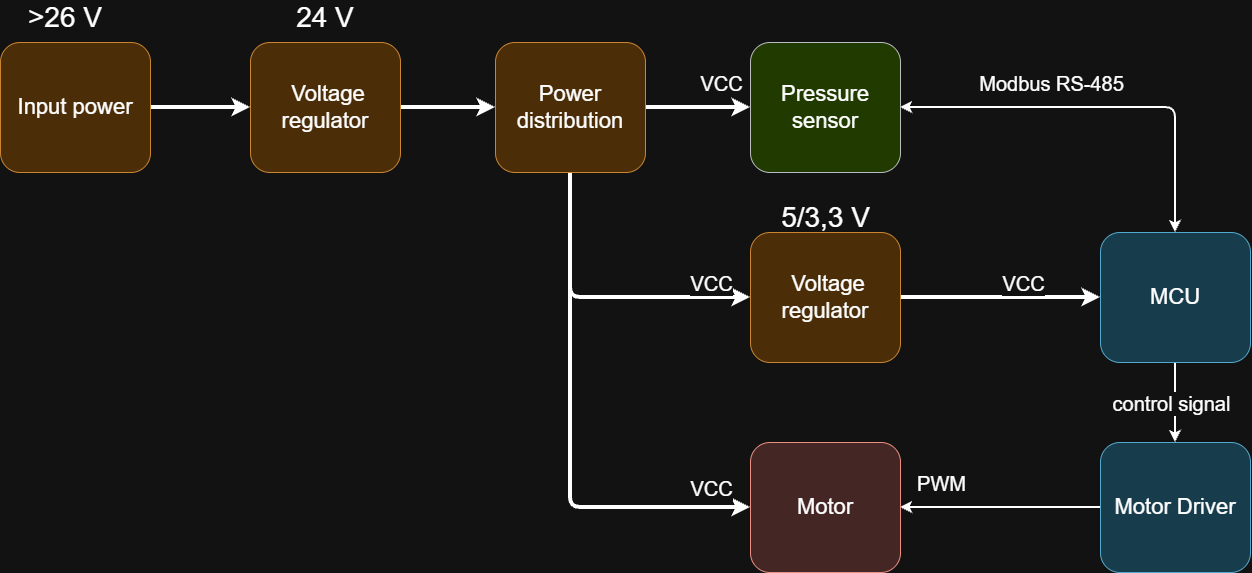
kajava-juri/Arvutite-ja-systeemide-projekt-2026 keeps this draw.io diagram as docs/static/images/block_diagram.drawio.png. Above is the earlier version. Source tidied: cells renumbered, new cells last; positions are measured from the earlier drawing's top-left corner, leaving out a move shared by most shapes. Its diagram source:
```xml
<mxGraphModel>
  <root>
    <mxCell id="0" />
    <mxCell id="1" parent="0" />
    <mxCell id="2" style="edgeStyle=orthogonalEdgeStyle;rounded=1;jettySize=auto;html=1;entryX=1;entryY=0.5;entryDx=0;entryDy=0;curved=0;strokeWidth=2;" parent="1" edge="1" source="4" target="23">
      <mxGeometry relative="1" as="geometry" />
    </mxCell>
    <mxCell id="3" value="&lt;font style=&quot;font-size: 20px;&quot;&gt;PWM&lt;/font&gt;" style="edgeLabel;html=1;align=center;verticalAlign=middle;" parent="2" vertex="1">
      <mxGeometry x="0.42" y="-2" relative="1" as="geometry">
        <mxPoint x="-18" y="-23" as="offset" />
      </mxGeometry>
    </mxCell>
    <mxCell id="4" value="&lt;font style=&quot;font-size: 22px;&quot;&gt;Motor Driver&lt;/font&gt;" style="rounded=1;whiteSpace=wrap;html=1;fillColor=#b1ddf0;strokeColor=#10739e;" parent="1" vertex="1">
      <mxGeometry x="1100" y="440" width="150" height="130" as="geometry" />
    </mxCell>
    <mxCell id="5" style="edgeStyle=orthogonalEdgeStyle;rounded=1;jettySize=auto;html=1;entryX=0.5;entryY=0;entryDx=0;entryDy=0;strokeColor=default;strokeWidth=2;align=center;verticalAlign=middle;fontFamily=Helvetica;fontSize=11;fontColor=default;labelBackgroundColor=default;startArrow=classic;startFill=1;endArrow=classic;curved=0;" parent="1" edge="1" source="7" target="22">
      <mxGeometry relative="1" as="geometry" />
    </mxCell>
    <mxCell id="6" value="&lt;font style=&quot;font-size: 20px;&quot;&gt;Modbus RS-485&lt;/font&gt;" style="edgeLabel;html=1;align=center;verticalAlign=middle;" parent="5" vertex="1">
      <mxGeometry x="-0.13" y="2" relative="1" as="geometry">
        <mxPoint x="-24" y="-23" as="offset" />
      </mxGeometry>
    </mxCell>
    <mxCell id="7" value="&lt;font style=&quot;font-size: 22px;&quot;&gt;Pressure sensor&lt;/font&gt;" style="rounded=1;whiteSpace=wrap;html=1;fillColor=#cdeb8b;strokeColor=#36393d;" parent="1" vertex="1">
      <mxGeometry x="750" y="40" width="150" height="130" as="geometry" />
    </mxCell>
    <mxCell id="8" style="edgeStyle=orthogonalEdgeStyle;rounded=0;jettySize=auto;html=1;entryX=0;entryY=0.5;entryDx=0;entryDy=0;strokeWidth=4;strokeColor=default;align=center;verticalAlign=middle;fontFamily=Helvetica;fontSize=11;fontColor=default;labelBackgroundColor=default;endArrow=classic;" parent="1" edge="1" source="14" target="7">
      <mxGeometry relative="1" as="geometry" />
    </mxCell>
    <mxCell id="9" value="&lt;span style=&quot;font-size: 20px;&quot;&gt;VCC&lt;/span&gt;" style="edgeLabel;html=1;align=center;verticalAlign=middle;" parent="8" vertex="1">
      <mxGeometry x="0.12" y="-1" relative="1" as="geometry">
        <mxPoint x="16" y="-26" as="offset" />
      </mxGeometry>
    </mxCell>
    <mxCell id="10" style="edgeStyle=orthogonalEdgeStyle;rounded=1;jettySize=auto;html=1;entryX=0;entryY=0.5;entryDx=0;entryDy=0;strokeWidth=4;strokeColor=default;align=center;verticalAlign=middle;fontFamily=Helvetica;fontSize=11;fontColor=default;labelBackgroundColor=default;endArrow=classic;curved=0;" parent="1" edge="1" source="14" target="26">
      <mxGeometry relative="1" as="geometry">
        <Array as="points">
          <mxPoint x="570" y="295" />
        </Array>
      </mxGeometry>
    </mxCell>
    <mxCell id="11" value="&lt;span style=&quot;font-size: 20px;&quot;&gt;VCC&lt;/span&gt;" style="edgeLabel;html=1;align=center;verticalAlign=middle;" parent="10" vertex="1">
      <mxGeometry x="0.63" y="3" relative="1" as="geometry">
        <mxPoint x="17" y="-12" as="offset" />
      </mxGeometry>
    </mxCell>
    <mxCell id="12" style="edgeStyle=orthogonalEdgeStyle;rounded=1;jettySize=auto;html=1;entryX=0;entryY=0.5;entryDx=0;entryDy=0;strokeWidth=4;strokeColor=default;align=center;verticalAlign=middle;fontFamily=Helvetica;fontSize=11;fontColor=default;labelBackgroundColor=default;endArrow=classic;curved=0;" parent="1" edge="1" source="14" target="23">
      <mxGeometry relative="1" as="geometry">
        <Array as="points">
          <mxPoint x="570" y="505" />
        </Array>
      </mxGeometry>
    </mxCell>
    <mxCell id="13" value="&lt;font style=&quot;font-size: 20px;&quot;&gt;VCC&lt;/font&gt;" style="edgeLabel;html=1;align=center;verticalAlign=middle;" parent="12" vertex="1">
      <mxGeometry x="0.74" y="4" relative="1" as="geometry">
        <mxPoint x="28" y="-16" as="offset" />
      </mxGeometry>
    </mxCell>
    <mxCell id="14" value="&lt;font style=&quot;font-size: 22px;&quot;&gt;Power distribution&lt;/font&gt;" style="rounded=1;whiteSpace=wrap;html=1;fillColor=#fad7ac;strokeColor=#b46504;" parent="1" vertex="1">
      <mxGeometry x="495" y="40" width="150" height="130" as="geometry" />
    </mxCell>
    <mxCell id="15" style="edgeStyle=orthogonalEdgeStyle;rounded=0;jettySize=auto;html=1;entryX=0;entryY=0.5;entryDx=0;entryDy=0;strokeWidth=4;strokeColor=default;align=center;verticalAlign=middle;fontFamily=Helvetica;fontSize=11;fontColor=default;labelBackgroundColor=default;endArrow=classic;" parent="1" edge="1" source="16" target="14">
      <mxGeometry relative="1" as="geometry" />
    </mxCell>
    <mxCell id="16" value="&lt;font style=&quot;font-size: 22px;&quot;&gt;&amp;nbsp;&lt;/font&gt;&lt;span style=&quot;font-size: 22px; background-color: transparent; color: light-dark(rgb(0, 0, 0), rgb(255, 255, 255));&quot;&gt;Voltage regulator&lt;/span&gt;" style="rounded=1;whiteSpace=wrap;html=1;fillColor=#fad7ac;strokeColor=#b46504;" parent="1" vertex="1">
      <mxGeometry x="250" y="40" width="150" height="130" as="geometry" />
    </mxCell>
    <mxCell id="17" style="edgeStyle=orthogonalEdgeStyle;rounded=0;jettySize=auto;html=1;entryX=0;entryY=0.5;entryDx=0;entryDy=0;strokeWidth=4;" parent="1" edge="1" source="18" target="16">
      <mxGeometry relative="1" as="geometry" />
    </mxCell>
    <mxCell id="18" value="&lt;font style=&quot;font-size: 22px;&quot;&gt;Input power&lt;/font&gt;" style="rounded=1;whiteSpace=wrap;html=1;fillColor=#fad7ac;strokeColor=#b46504;" parent="1" vertex="1">
      <mxGeometry y="40" width="150" height="130" as="geometry" />
    </mxCell>
    <mxCell id="19" value="&lt;font style=&quot;font-size: 28px;&quot;&gt;24 V&lt;/font&gt;" style="text;html=1;whiteSpace=wrap;strokeColor=none;fillColor=none;align=center;verticalAlign=middle;rounded=0;" parent="1" vertex="1">
      <mxGeometry x="295" width="60" height="30" as="geometry" />
    </mxCell>
    <mxCell id="20" style="edgeStyle=orthogonalEdgeStyle;rounded=1;jettySize=auto;html=1;entryX=0.5;entryY=0;entryDx=0;entryDy=0;curved=0;strokeWidth=2;" parent="1" edge="1" source="22" target="4">
      <mxGeometry relative="1" as="geometry" />
    </mxCell>
    <mxCell id="21" value="&lt;font style=&quot;font-size: 20px;&quot;&gt;control signal&lt;/font&gt;" style="edgeLabel;html=1;align=center;verticalAlign=middle;" parent="20" vertex="1">
      <mxGeometry x="-0.12" relative="1" as="geometry">
        <mxPoint x="-5" y="5" as="offset" />
      </mxGeometry>
    </mxCell>
    <mxCell id="22" value="&lt;font style=&quot;font-size: 22px;&quot;&gt;MCU&lt;/font&gt;" style="rounded=1;whiteSpace=wrap;html=1;fillColor=#b1ddf0;strokeColor=#10739e;" parent="1" vertex="1">
      <mxGeometry x="1100" y="230" width="150" height="130" as="geometry" />
    </mxCell>
    <mxCell id="23" value="&lt;font style=&quot;font-size: 22px;&quot;&gt;Motor&lt;/font&gt;" style="rounded=1;whiteSpace=wrap;html=1;fillColor=#fad9d5;strokeColor=#ae4132;" parent="1" vertex="1">
      <mxGeometry x="750" y="440" width="150" height="130" as="geometry" />
    </mxCell>
    <mxCell id="24" style="edgeStyle=orthogonalEdgeStyle;rounded=1;jettySize=auto;html=1;entryX=0;entryY=0.5;entryDx=0;entryDy=0;curved=0;startArrow=none;startFill=0;strokeWidth=4;" parent="1" edge="1" source="26" target="22">
      <mxGeometry relative="1" as="geometry" />
    </mxCell>
    <mxCell id="25" value="&lt;font style=&quot;font-size: 20px;&quot;&gt;VCC&lt;/font&gt;" style="edgeLabel;html=1;align=center;verticalAlign=middle;" parent="24" vertex="1">
      <mxGeometry x="0.04" y="1" relative="1" as="geometry">
        <mxPoint x="18" y="-14" as="offset" />
      </mxGeometry>
    </mxCell>
    <mxCell id="26" value="&lt;font style=&quot;font-size: 22px;&quot;&gt;&amp;nbsp;&lt;/font&gt;&lt;span style=&quot;font-size: 22px; background-color: transparent; color: light-dark(rgb(0, 0, 0), rgb(255, 255, 255));&quot;&gt;Voltage regulator&lt;/span&gt;" style="rounded=1;whiteSpace=wrap;html=1;fillColor=#fad7ac;strokeColor=#b46504;" parent="1" vertex="1">
      <mxGeometry x="750" y="230" width="150" height="130" as="geometry" />
    </mxCell>
    <mxCell id="27" value="&lt;font style=&quot;font-size: 28px;&quot;&gt;&amp;gt;26 V&lt;/font&gt;" style="text;html=1;whiteSpace=wrap;strokeColor=none;fillColor=none;align=center;verticalAlign=middle;rounded=0;" parent="1" vertex="1">
      <mxGeometry x="10" width="110" height="30" as="geometry" />
    </mxCell>
    <mxCell id="28" value="&lt;font style=&quot;font-size: 28px;&quot;&gt;5/3,3 V&lt;/font&gt;" style="text;html=1;whiteSpace=wrap;strokeColor=none;fillColor=none;align=center;verticalAlign=middle;rounded=0;" parent="1" vertex="1">
      <mxGeometry x="777.5" y="200" width="95" height="30" as="geometry" />
    </mxCell>
  </root>
</mxGraphModel>
```
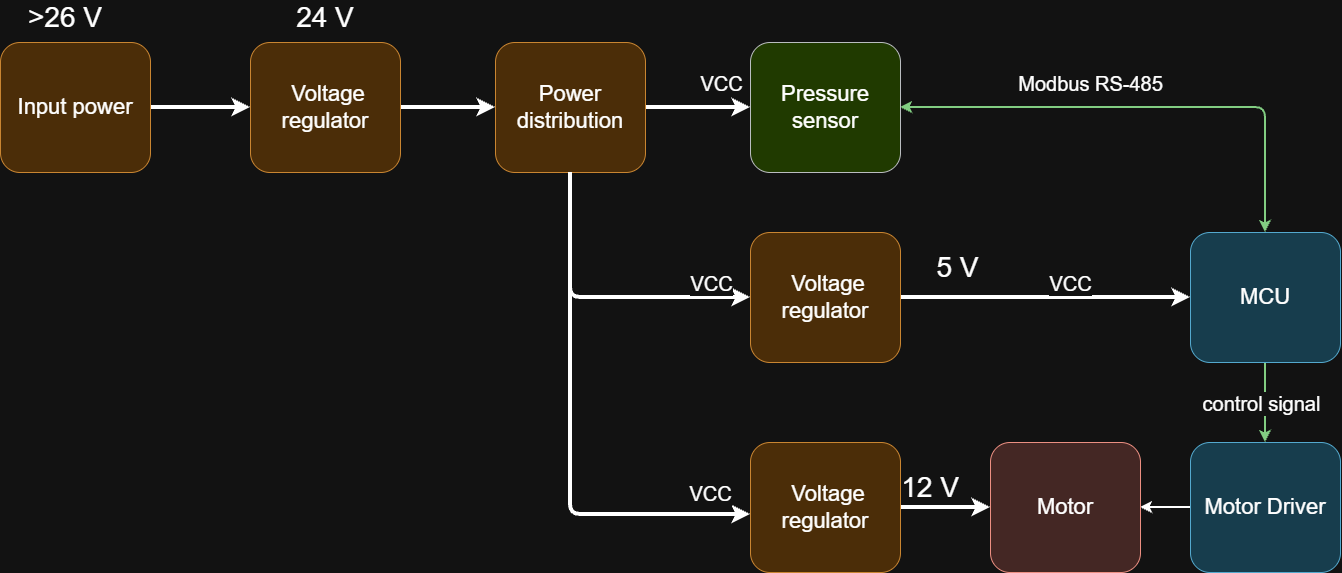
Later version of the same file.

Commit message:
update block diagram

Change to the diagram source:
```diff
@@ -5,15 +5,10 @@
     <mxCell id="2" style="edgeStyle=orthogonalEdgeStyle;rounded=1;jettySize=auto;html=1;entryX=1;entryY=0.5;entryDx=0;entryDy=0;curved=0;strokeWidth=2;" parent="1" edge="1" source="4" target="23">
       <mxGeometry relative="1" as="geometry" />
     </mxCell>
-    <mxCell id="3" value="&lt;font style=&quot;font-size: 20px;&quot;&gt;PWM&lt;/font&gt;" style="edgeLabel;html=1;align=center;verticalAlign=middle;" parent="2" vertex="1">
-      <mxGeometry x="0.42" y="-2" relative="1" as="geometry">
-        <mxPoint x="-18" y="-23" as="offset" />
-      </mxGeometry>
-    </mxCell>
     <mxCell id="4" value="&lt;font style=&quot;font-size: 22px;&quot;&gt;Motor Driver&lt;/font&gt;" style="rounded=1;whiteSpace=wrap;html=1;fillColor=#b1ddf0;strokeColor=#10739e;" parent="1" vertex="1">
-      <mxGeometry x="1100" y="440" width="150" height="130" as="geometry" />
+      <mxGeometry x="1190" y="440" width="150" height="130" as="geometry" />
     </mxCell>
-    <mxCell id="5" style="edgeStyle=orthogonalEdgeStyle;rounded=1;jettySize=auto;html=1;entryX=0.5;entryY=0;entryDx=0;entryDy=0;strokeColor=default;strokeWidth=2;align=center;verticalAlign=middle;fontFamily=Helvetica;fontSize=11;fontColor=default;labelBackgroundColor=default;startArrow=classic;startFill=1;endArrow=classic;curved=0;" parent="1" edge="1" source="7" target="22">
+    <mxCell id="5" style="edgeStyle=orthogonalEdgeStyle;rounded=1;jettySize=auto;html=1;entryX=0.5;entryY=0;entryDx=0;entryDy=0;strokeColor=#005700;strokeWidth=2;align=center;verticalAlign=middle;fontFamily=Helvetica;fontSize=11;fontColor=default;labelBackgroundColor=default;startArrow=classic;startFill=1;endArrow=classic;curved=0;fillColor=#008a00;" parent="1" edge="1" source="7" target="22">
       <mxGeometry relative="1" as="geometry" />
     </mxCell>
     <mxCell id="6" value="&lt;font style=&quot;font-size: 20px;&quot;&gt;Modbus RS-485&lt;/font&gt;" style="edgeLabel;html=1;align=center;verticalAlign=middle;" parent="5" vertex="1">
@@ -44,18 +39,6 @@
         <mxPoint x="17" y="-12" as="offset" />
       </mxGeometry>
     </mxCell>
-    <mxCell id="12" style="edgeStyle=orthogonalEdgeStyle;rounded=1;jettySize=auto;html=1;entryX=0;entryY=0.5;entryDx=0;entryDy=0;strokeWidth=4;strokeColor=default;align=center;verticalAlign=middle;fontFamily=Helvetica;fontSize=11;fontColor=default;labelBackgroundColor=default;endArrow=classic;curved=0;" parent="1" edge="1" source="14" target="23">
-      <mxGeometry relative="1" as="geometry">
-        <Array as="points">
-          <mxPoint x="570" y="505" />
-        </Array>
-      </mxGeometry>
-    </mxCell>
-    <mxCell id="13" value="&lt;font style=&quot;font-size: 20px;&quot;&gt;VCC&lt;/font&gt;" style="edgeLabel;html=1;align=center;verticalAlign=middle;" parent="12" vertex="1">
-      <mxGeometry x="0.74" y="4" relative="1" as="geometry">
-        <mxPoint x="28" y="-16" as="offset" />
-      </mxGeometry>
-    </mxCell>
     <mxCell id="14" value="&lt;font style=&quot;font-size: 22px;&quot;&gt;Power distribution&lt;/font&gt;" style="rounded=1;whiteSpace=wrap;html=1;fillColor=#fad7ac;strokeColor=#b46504;" parent="1" vertex="1">
       <mxGeometry x="495" y="40" width="150" height="130" as="geometry" />
     </mxCell>
@@ -74,7 +57,7 @@
     <mxCell id="19" value="&lt;font style=&quot;font-size: 28px;&quot;&gt;24 V&lt;/font&gt;" style="text;html=1;whiteSpace=wrap;strokeColor=none;fillColor=none;align=center;verticalAlign=middle;rounded=0;" parent="1" vertex="1">
       <mxGeometry x="295" width="60" height="30" as="geometry" />
     </mxCell>
-    <mxCell id="20" style="edgeStyle=orthogonalEdgeStyle;rounded=1;jettySize=auto;html=1;entryX=0.5;entryY=0;entryDx=0;entryDy=0;curved=0;strokeWidth=2;" parent="1" edge="1" source="22" target="4">
+    <mxCell id="20" style="edgeStyle=orthogonalEdgeStyle;rounded=1;jettySize=auto;html=1;entryX=0.5;entryY=0;entryDx=0;entryDy=0;curved=0;strokeWidth=2;fillColor=#008a00;strokeColor=#005700;" parent="1" edge="1" source="22" target="4">
       <mxGeometry relative="1" as="geometry" />
     </mxCell>
     <mxCell id="21" value="&lt;font style=&quot;font-size: 20px;&quot;&gt;control signal&lt;/font&gt;" style="edgeLabel;html=1;align=center;verticalAlign=middle;" parent="20" vertex="1">
@@ -83,10 +66,10 @@
       </mxGeometry>
     </mxCell>
     <mxCell id="22" value="&lt;font style=&quot;font-size: 22px;&quot;&gt;MCU&lt;/font&gt;" style="rounded=1;whiteSpace=wrap;html=1;fillColor=#b1ddf0;strokeColor=#10739e;" parent="1" vertex="1">
-      <mxGeometry x="1100" y="230" width="150" height="130" as="geometry" />
+      <mxGeometry x="1190" y="230" width="150" height="130" as="geometry" />
     </mxCell>
     <mxCell id="23" value="&lt;font style=&quot;font-size: 22px;&quot;&gt;Motor&lt;/font&gt;" style="rounded=1;whiteSpace=wrap;html=1;fillColor=#fad9d5;strokeColor=#ae4132;" parent="1" vertex="1">
-      <mxGeometry x="750" y="440" width="150" height="130" as="geometry" />
+      <mxGeometry x="990" y="440" width="150" height="130" as="geometry" />
     </mxCell>
     <mxCell id="24" style="edgeStyle=orthogonalEdgeStyle;rounded=1;jettySize=auto;html=1;entryX=0;entryY=0.5;entryDx=0;entryDy=0;curved=0;startArrow=none;startFill=0;strokeWidth=4;" parent="1" edge="1" source="26" target="22">
       <mxGeometry relative="1" as="geometry" />
@@ -102,8 +85,29 @@
     <mxCell id="27" value="&lt;font style=&quot;font-size: 28px;&quot;&gt;&amp;gt;26 V&lt;/font&gt;" style="text;html=1;whiteSpace=wrap;strokeColor=none;fillColor=none;align=center;verticalAlign=middle;rounded=0;" parent="1" vertex="1">
       <mxGeometry x="10" width="110" height="30" as="geometry" />
     </mxCell>
-    <mxCell id="28" value="&lt;font style=&quot;font-size: 28px;&quot;&gt;5/3,3 V&lt;/font&gt;" style="text;html=1;whiteSpace=wrap;strokeColor=none;fillColor=none;align=center;verticalAlign=middle;rounded=0;" parent="1" vertex="1">
-      <mxGeometry x="777.5" y="200" width="95" height="30" as="geometry" />
+    <mxCell id="28" value="&lt;font style=&quot;font-size: 28px;&quot;&gt;5 V&lt;/font&gt;" style="text;html=1;whiteSpace=wrap;strokeColor=none;fillColor=none;align=center;verticalAlign=middle;rounded=0;" parent="1" vertex="1">
+      <mxGeometry x="910" y="250" width="95" height="30" as="geometry" />
     </mxCell>
+    <mxCell id="29" style="edgeStyle=orthogonalEdgeStyle;rounded=1;jettySize=auto;html=1;entryX=0;entryY=0.5;entryDx=0;entryDy=0;strokeColor=default;strokeWidth=4;align=center;verticalAlign=middle;fontFamily=Helvetica;fontSize=11;fontColor=default;labelBackgroundColor=default;startArrow=none;startFill=0;endArrow=classic;curved=0;" parent="1" edge="1" source="30" target="23">
+      <mxGeometry relative="1" as="geometry" />
+    </mxCell>
+    <mxCell id="30" value="&lt;font style=&quot;font-size: 22px;&quot;&gt;&amp;nbsp;&lt;/font&gt;&lt;span style=&quot;font-size: 22px; background-color: transparent; color: light-dark(rgb(0, 0, 0), rgb(255, 255, 255));&quot;&gt;Voltage regulator&lt;/span&gt;" style="rounded=1;whiteSpace=wrap;html=1;fillColor=#fad7ac;strokeColor=#b46504;" parent="1" vertex="1">
+      <mxGeometry x="750" y="440" width="150" height="130" as="geometry" />
+    </mxCell>
+    <mxCell id="31" style="edgeStyle=orthogonalEdgeStyle;rounded=1;jettySize=auto;html=1;entryX=0;entryY=0.554;entryDx=0;entryDy=0;entryPerimeter=0;strokeColor=default;strokeWidth=4;align=center;verticalAlign=middle;fontFamily=Helvetica;fontSize=11;fontColor=default;labelBackgroundColor=default;endArrow=classic;curved=0;" parent="1" edge="1" source="14" target="30">
+      <mxGeometry relative="1" as="geometry">
+        <Array as="points">
+          <mxPoint x="570" y="512" />
+        </Array>
+      </mxGeometry>
+    </mxCell>
+    <mxCell id="13" value="&lt;font style=&quot;font-size: 20px;&quot;&gt;VCC&lt;/font&gt;" style="edgeLabel;html=1;align=center;verticalAlign=middle;fontFamily=Helvetica;fontSize=11;fontColor=default;labelBackgroundColor=default;" parent="31" vertex="1">
+      <mxGeometry x="0.77" y="-4" relative="1" as="geometry">
+        <mxPoint x="19" y="-26" as="offset" />
+      </mxGeometry>
+    </mxCell>
+    <mxCell id="32" value="&lt;font style=&quot;font-size: 28px;&quot;&gt;12 &lt;/font&gt;&lt;span style=&quot;font-size: 28px; background-color: transparent; color: light-dark(rgb(0, 0, 0), rgb(255, 255, 255));&quot;&gt;V&lt;/span&gt;" style="text;html=1;whiteSpace=wrap;strokeColor=none;fillColor=none;align=center;verticalAlign=middle;rounded=0;" parent="1" vertex="1">
+      <mxGeometry x="900" y="470" width="60" height="30" as="geometry" />
+    </mxCell>
   </root>
 </mxGraphModel>
```
